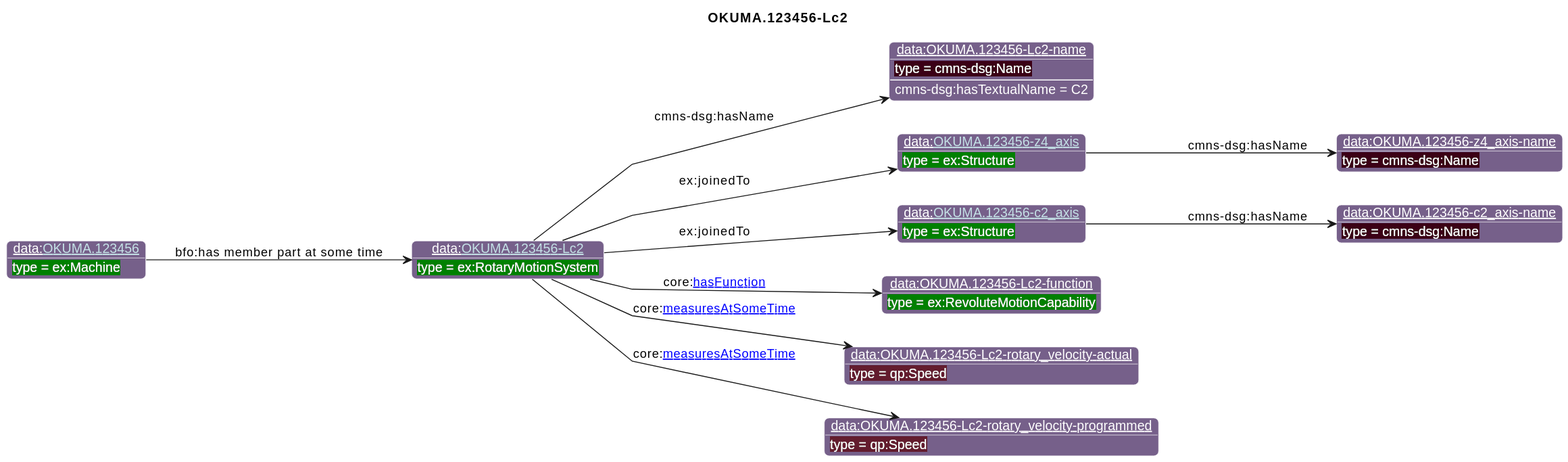
The PlantUML diagram diagrams/OKUMA.123456-Lc2.svg in iofoundry/example-syseng-mtconnect, before a commit.
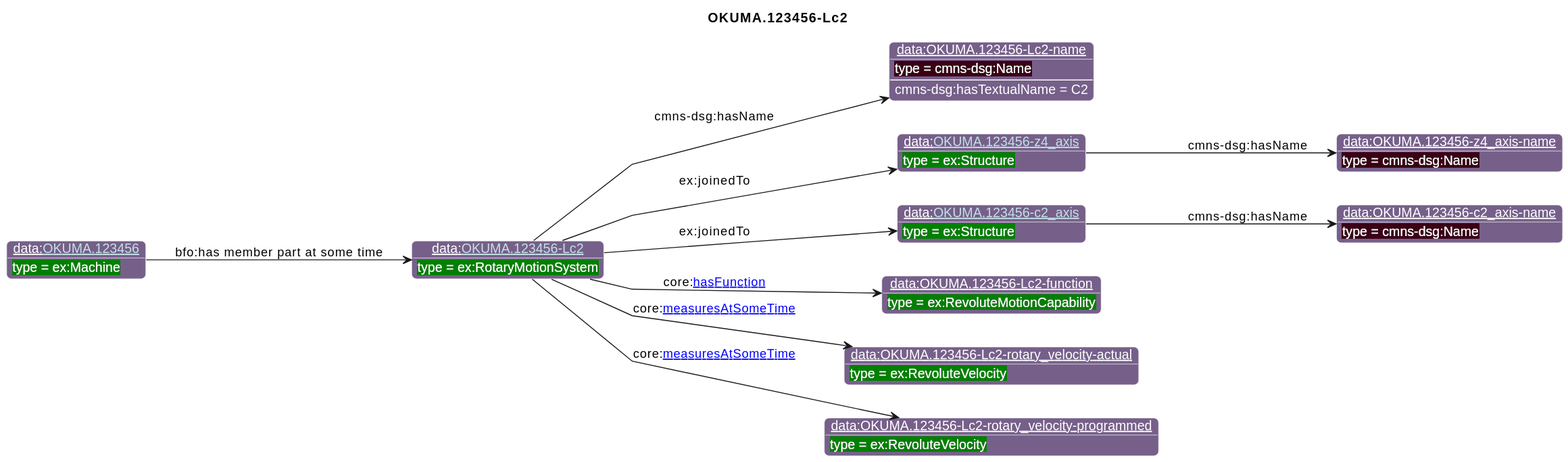
Above is the later version.

What changed in the source:
```diff
@@ -26,8 +26,8 @@
 individual(o5, data:[[./OKUMA.123456-c2_axis.html OKUMA.123456-c2_axis]], ex:Structure)
 individual(o6, data:OKUMA.123456-c2_axis-name, cmns-dsg:Name)
 individual(o7, data:OKUMA.123456-Lc2-function, ex:RevoluteMotionCapability)
-individual(o8, data:OKUMA.123456-Lc2-rotary_velocity-actual, qp:Speed)
-individual(o9, data:OKUMA.123456-Lc2-rotary_velocity-programmed, qp:Speed)
+individual(o8, data:OKUMA.123456-Lc2-rotary_velocity-actual, ex:RevoluteVelocity)
+individual(o9, data:OKUMA.123456-Lc2-rotary_velocity-programmed, ex:RevoluteVelocity)
 individual(o10, data:[[./OKUMA.123456.html OKUMA.123456]], ex:Machine)
 property(o1, cmns-dsg:hasName, o2)
 data(o2, cmns-dsg:hasTextualName, C2)
```
